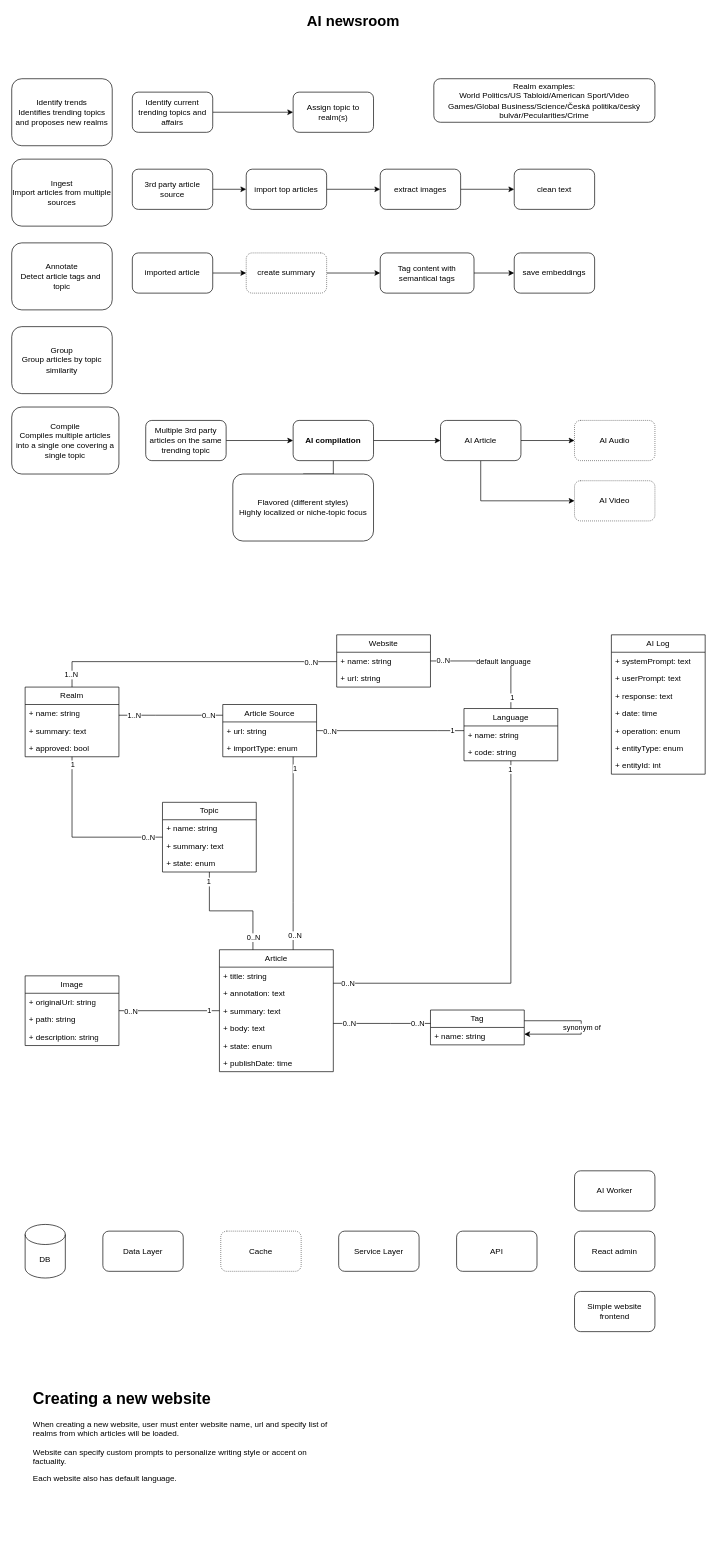
Above: doc/WorldNews.drawio in lotcz/world-news (draw.io), before the change. Source tidied: cells renumbered, new cells numbered last; positions are measured from the earlier drawing's top-left corner, leaving out a move shared by most shapes. Both pictures are drawn from the tidied source at 67%, with x=0, y=0 at pixel (11, 11).
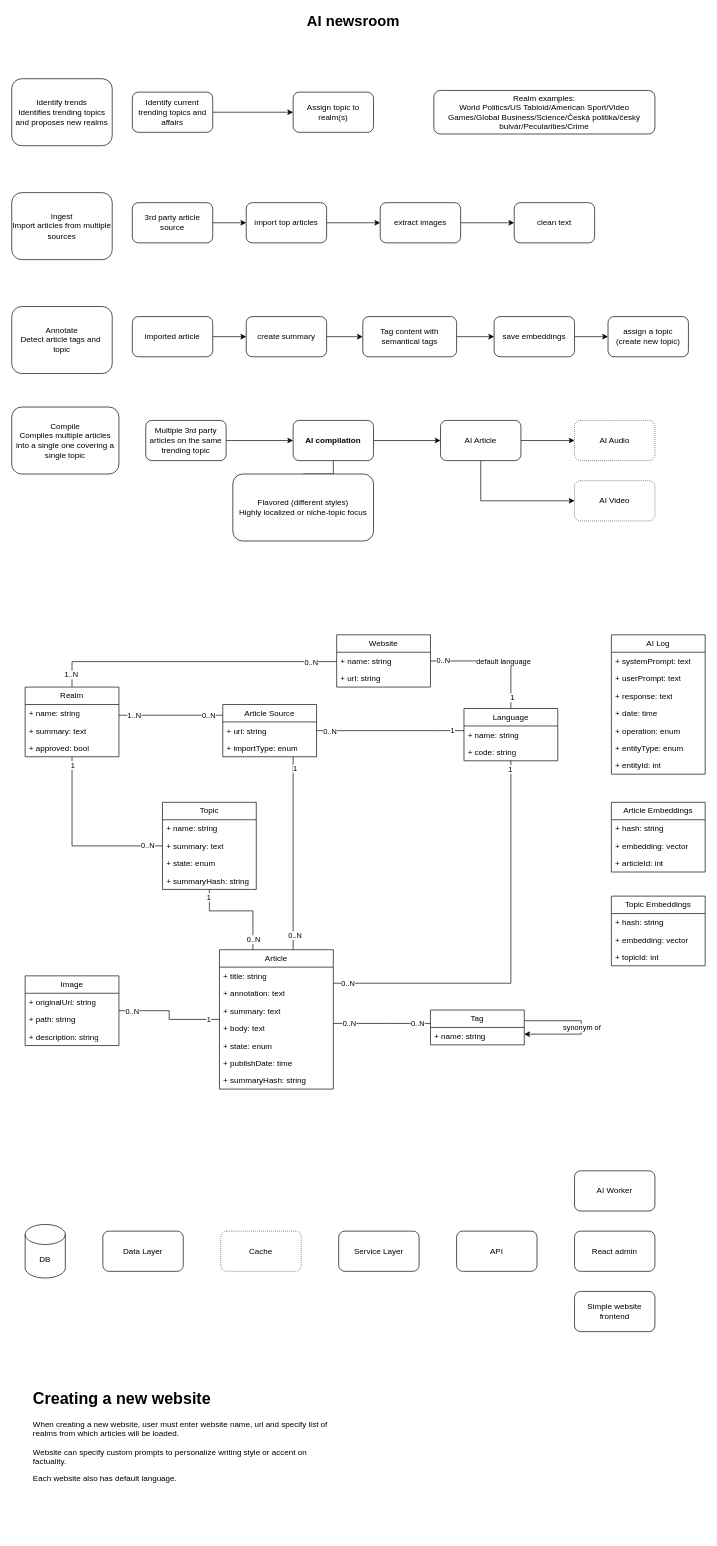
The same page after the edit.

The edit, as a diff of the source:
```diff
@@
     <mxCell id="14" value="Ingest&lt;br&gt;&lt;div&gt;Import articles from multiple sources&lt;/div&gt;" style="rounded=1;whiteSpace=wrap;html=1;" parent="1" vertex="1">
-      <mxGeometry y="220" width="150" height="100" as="geometry" />
+      <mxGeometry y="270" width="150" height="100" as="geometry" />
     </mxCell>
@@
     <mxCell id="16" value="3rd party article source" style="rounded=1;whiteSpace=wrap;html=1;flipH=1;" parent="1" vertex="1">
-      <mxGeometry x="180" y="235" width="120" height="60" as="geometry" />
+      <mxGeometry x="180" y="285" width="120" height="60" as="geometry" />
     </mxCell>
     <mxCell id="17" value="&lt;div&gt;Realm examples:&lt;/div&gt;World Politics/US Tabloid/American Sport/Video Games/Global Business/Science/Česká politika/český bulvár/Pecularities/Crime" style="rounded=1;whiteSpace=wrap;html=1;" parent="1" vertex="1">
-      <mxGeometry x="630" y="100" width="330" height="65" as="geometry" />
+      <mxGeometry x="630" y="117.5" width="330" height="65" as="geometry" />
     </mxCell>
@@
     <mxCell id="20" value="import top articles" style="rounded=1;whiteSpace=wrap;html=1;flipH=1;" parent="1" vertex="1">
-      <mxGeometry x="350" y="235" width="120" height="60" as="geometry" />
+      <mxGeometry x="350" y="285" width="120" height="60" as="geometry" />
     </mxCell>
@@
     <mxCell id="24" value="&lt;div&gt;Tag content with semantical tags&lt;/div&gt;" style="rounded=1;whiteSpace=wrap;html=1;" parent="1" vertex="1">
-      <mxGeometry x="550" y="360" width="140" height="60" as="geometry" />
+      <mxGeometry x="524" y="455" width="140" height="60" as="geometry" />
     </mxCell>
@@
     <mxCell id="28" value="Topic" style="swimlane;fontStyle=0;horizontal=1;startSize=26;fillColor=none;whiteSpace=wrap;html=1;" parent="1" vertex="1">
-      <mxGeometry x="225" y="1180" width="140" height="104" as="geometry" />
+      <mxGeometry x="225" y="1180" width="140" height="130" as="geometry" />
     </mxCell>
@@
+    <mxCell id="117" value="+ summaryHash: string" style="text;strokeColor=none;fillColor=none;align=left;verticalAlign=top;spacingLeft=4;spacingRight=4;overflow=hidden;whiteSpace=wrap;html=1;" parent="28" vertex="1">
+      <mxGeometry y="104" width="140" height="26" as="geometry" />
+    </mxCell>
@@
     <mxCell id="53" value="Article" style="swimlane;fontStyle=0;horizontal=1;startSize=26;fillColor=none;whiteSpace=wrap;html=1;" parent="1" vertex="1">
-      <mxGeometry x="310" y="1400" width="170" height="182" as="geometry" />
+      <mxGeometry x="310" y="1400" width="170" height="208" as="geometry" />
     </mxCell>
@@
+    <mxCell id="118" value="+ summaryHash: string" style="text;strokeColor=none;fillColor=none;align=left;verticalAlign=top;spacingLeft=4;spacingRight=4;overflow=hidden;whiteSpace=wrap;html=1;" parent="53" vertex="1">
+      <mxGeometry y="182" width="170" height="26" as="geometry" />
+    </mxCell>
@@
     <mxCell id="74" value="Annotate&lt;br&gt;&lt;div&gt;Detect article tags and&amp;nbsp; topic&lt;/div&gt;" style="rounded=1;whiteSpace=wrap;html=1;" parent="1" vertex="1">
-      <mxGeometry y="345" width="150" height="100" as="geometry" />
+      <mxGeometry y="440" width="150" height="100" as="geometry" />
     </mxCell>
@@
     <mxCell id="76" value="imported article" style="rounded=1;whiteSpace=wrap;html=1;flipH=1;" parent="1" vertex="1">
-      <mxGeometry x="180" y="360" width="120" height="60" as="geometry" />
+      <mxGeometry x="180" y="455" width="120" height="60" as="geometry" />
     </mxCell>
+    <mxCell id="119" style="edgeStyle=orthogonalEdgeStyle;rounded=0;jettySize=auto;html=1;" parent="1" edge="1" source="77" target="128">
+      <mxGeometry relative="1" as="geometry" />
+    </mxCell>
     <mxCell id="77" value="save embeddings" style="rounded=1;whiteSpace=wrap;html=1;flipH=1;" parent="1" vertex="1">
-      <mxGeometry x="750" y="360" width="120" height="60" as="geometry" />
+      <mxGeometry x="720" y="455" width="120" height="60" as="geometry" />
     </mxCell>
@@
-    <mxCell id="93" value="create summary" style="rounded=1;whiteSpace=wrap;html=1;flipH=1;dashed=1;dashPattern=1 2;" parent="1" vertex="1">
-      <mxGeometry x="350" y="360" width="120" height="60" as="geometry" />
+    <mxCell id="93" value="create summary" style="rounded=1;whiteSpace=wrap;html=1;flipH=1;" parent="1" vertex="1">
+      <mxGeometry x="350" y="455" width="120" height="60" as="geometry" />
     </mxCell>
@@
     <mxCell id="95" value="extract images" style="rounded=1;whiteSpace=wrap;html=1;flipH=1;" parent="1" vertex="1">
-      <mxGeometry x="550" y="235" width="120" height="60" as="geometry" />
+      <mxGeometry x="550" y="285" width="120" height="60" as="geometry" />
     </mxCell>
     <mxCell id="96" value="clean text" style="rounded=1;whiteSpace=wrap;html=1;flipH=1;" parent="1" vertex="1">
-      <mxGeometry x="750" y="235" width="120" height="60" as="geometry" />
+      <mxGeometry x="750" y="285" width="120" height="60" as="geometry" />
     </mxCell>
@@
-    <mxCell id="116" value="Group&lt;br&gt;&lt;div&gt;Group articles by topic similarity&lt;/div&gt;" style="rounded=1;whiteSpace=wrap;html=1;" parent="1" vertex="1">
-      <mxGeometry y="470" width="150" height="100" as="geometry" />
-    </mxCell>
+    <mxCell id="120" value="Article Embeddings" style="swimlane;fontStyle=0;horizontal=1;startSize=26;fillColor=none;whiteSpace=wrap;html=1;" parent="1" vertex="1">
+      <mxGeometry x="895" y="1180" width="140" height="104" as="geometry" />
+    </mxCell>
+    <mxCell id="121" value="+ hash: string" style="text;strokeColor=none;fillColor=none;align=left;verticalAlign=top;spacingLeft=4;spacingRight=4;overflow=hidden;whiteSpace=wrap;html=1;" parent="120" vertex="1">
+      <mxGeometry y="26" width="140" height="26" as="geometry" />
+    </mxCell>
+    <mxCell id="122" value="+ embedding: vector" style="text;strokeColor=none;fillColor=none;align=left;verticalAlign=top;spacingLeft=4;spacingRight=4;overflow=hidden;whiteSpace=wrap;html=1;" parent="120" vertex="1">
+      <mxGeometry y="52" width="140" height="26" as="geometry" />
+    </mxCell>
+    <mxCell id="123" value="+ articleId: int" style="text;strokeColor=none;fillColor=none;align=left;verticalAlign=top;spacingLeft=4;spacingRight=4;overflow=hidden;whiteSpace=wrap;html=1;" parent="120" vertex="1">
+      <mxGeometry y="78" width="140" height="26" as="geometry" />
+    </mxCell>
+    <mxCell id="124" value="Topic Embeddings" style="swimlane;fontStyle=0;horizontal=1;startSize=26;fillColor=none;whiteSpace=wrap;html=1;" parent="1" vertex="1">
+      <mxGeometry x="895" y="1320" width="140" height="104" as="geometry" />
+    </mxCell>
+    <mxCell id="125" value="+ hash: string" style="text;strokeColor=none;fillColor=none;align=left;verticalAlign=top;spacingLeft=4;spacingRight=4;overflow=hidden;whiteSpace=wrap;html=1;" parent="124" vertex="1">
+      <mxGeometry y="26" width="140" height="26" as="geometry" />
+    </mxCell>
+    <mxCell id="126" value="+ embedding: vector" style="text;strokeColor=none;fillColor=none;align=left;verticalAlign=top;spacingLeft=4;spacingRight=4;overflow=hidden;whiteSpace=wrap;html=1;" parent="124" vertex="1">
+      <mxGeometry y="52" width="140" height="26" as="geometry" />
+    </mxCell>
+    <mxCell id="127" value="+ topicId: int" style="text;strokeColor=none;fillColor=none;align=left;verticalAlign=top;spacingLeft=4;spacingRight=4;overflow=hidden;whiteSpace=wrap;html=1;" parent="124" vertex="1">
+      <mxGeometry y="78" width="140" height="26" as="geometry" />
+    </mxCell>
+    <mxCell id="128" value="assign a topic&lt;div&gt;(create new topic)&lt;/div&gt;" style="rounded=1;whiteSpace=wrap;html=1;flipH=1;" parent="1" vertex="1">
+      <mxGeometry x="890" y="455" width="120" height="60" as="geometry" />
+    </mxCell>
```
